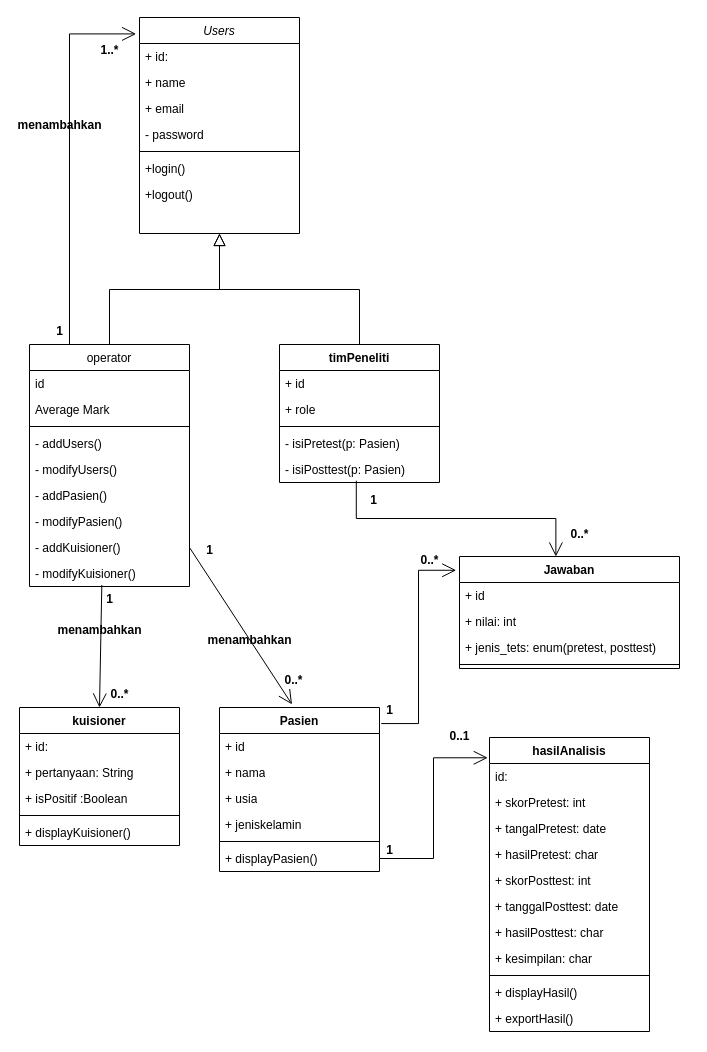
Earlier version of the draw.io diagram remind_class_Diagram.drawio (zzarr/Tugas-Akhir). Source tidied: cells renumbered, new cells numbered last; positions are measured from the earlier drawing's top-left corner, leaving out a move shared by most shapes. Both pictures are drawn from the tidied source at 100%, with x=0, y=0 at pixel (19, 17).
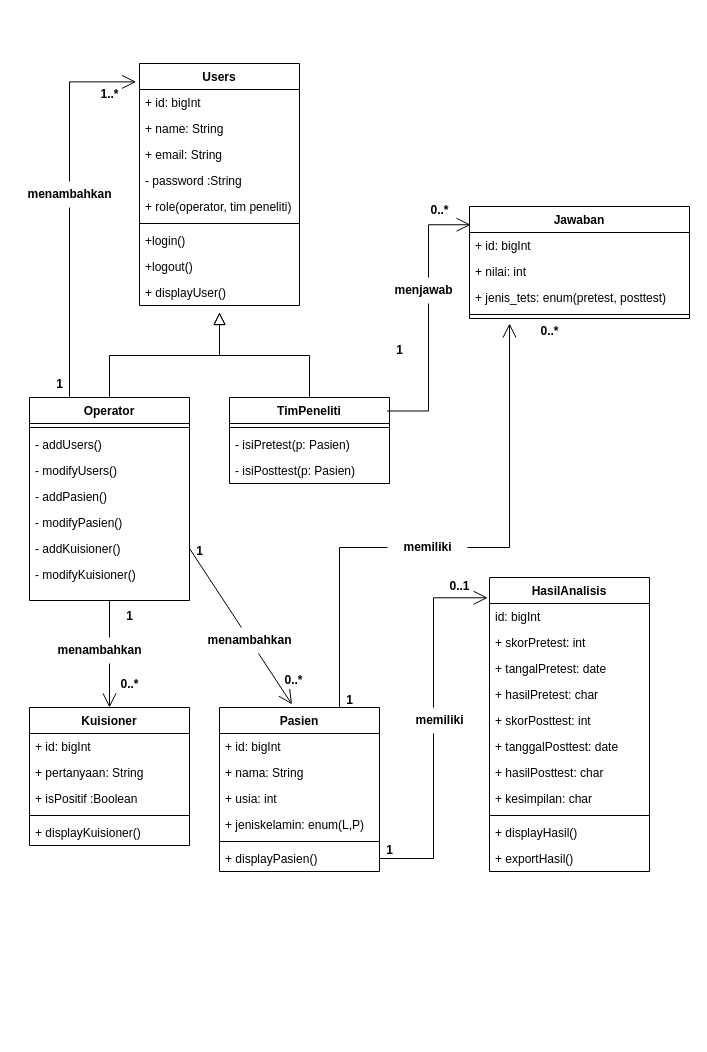
The same diagram, later.

Unchanged cells that the change refers to:
```xml
<mxCell id="41" value="Pasien" style="swimlane;fontStyle=1;align=center;verticalAlign=top;horizontal=1;startSize=26;whiteSpace=wrap;html=1;" parent="1" vertex="1">
  <mxGeometry x="200" y="690" width="160" height="164" as="geometry" />
</mxCell>
<mxCell id="70" style="line;strokeWidth=1;fillColor=none;align=left;verticalAlign=middle;spacingTop=-1;spacingLeft=3;spacingRight=3;labelPosition=right;points=[];portConstraint=eastwest;strokeColor=inherit;" parent="66" vertex="1">
  <mxGeometry y="104" width="220" height="8" as="geometry" />
</mxCell>
```

The edit, as a diff of the source:
```diff
@@
-    <mxCell id="2" value="Users" style="swimlane;fontStyle=2;align=center;verticalAlign=top;horizontal=1;startSize=26;rounded=0;shadow=0;strokeWidth=1;" parent="1" vertex="1">
-      <mxGeometry x="120" width="160" height="216" as="geometry" />
+    <mxCell id="2" value="Users" style="swimlane;fontStyle=1;align=center;verticalAlign=top;horizontal=1;startSize=26;rounded=0;shadow=0;strokeWidth=1;" parent="1" vertex="1">
+      <mxGeometry x="120" y="46" width="160" height="242" as="geometry" />
     </mxCell>
-    <mxCell id="3" value="+ id:" style="text;align=left;verticalAlign=top;spacingLeft=4;spacingRight=4;overflow=hidden;" parent="2" vertex="1">
+    <mxCell id="3" value="+ id: bigInt" style="text;align=left;verticalAlign=top;spacingLeft=4;spacingRight=4;overflow=hidden;" parent="2" vertex="1">
       <mxGeometry y="26" width="160" height="26" as="geometry" />
     </mxCell>
-    <mxCell id="4" value="+ name" style="text;align=left;verticalAlign=top;spacingLeft=4;spacingRight=4;overflow=hidden;rounded=0;shadow=0;html=0;" parent="2" vertex="1">
+    <mxCell id="4" value="+ name: String" style="text;align=left;verticalAlign=top;spacingLeft=4;spacingRight=4;overflow=hidden;rounded=0;shadow=0;html=0;" parent="2" vertex="1">
       <mxGeometry y="52" width="160" height="26" as="geometry" />
     </mxCell>
-    <mxCell id="5" value="+ email" style="text;align=left;verticalAlign=top;spacingLeft=4;spacingRight=4;overflow=hidden;rounded=0;shadow=0;html=0;" parent="2" vertex="1">
+    <mxCell id="5" value="+ email: String" style="text;align=left;verticalAlign=top;spacingLeft=4;spacingRight=4;overflow=hidden;rounded=0;shadow=0;html=0;" parent="2" vertex="1">
       <mxGeometry y="78" width="160" height="26" as="geometry" />
     </mxCell>
-    <mxCell id="6" value="- password" style="text;align=left;verticalAlign=top;spacingLeft=4;spacingRight=4;overflow=hidden;rounded=0;shadow=0;html=0;" parent="2" vertex="1">
+    <mxCell id="6" value="- password :String" style="text;align=left;verticalAlign=top;spacingLeft=4;spacingRight=4;overflow=hidden;rounded=0;shadow=0;html=0;" parent="2" vertex="1">
       <mxGeometry y="104" width="160" height="26" as="geometry" />
     </mxCell>
+    <mxCell id="80" value="+ role(operator, tim peneliti)" style="text;align=left;verticalAlign=top;spacingLeft=4;spacingRight=4;overflow=hidden;rounded=0;shadow=0;html=0;" parent="2" vertex="1">
+      <mxGeometry y="130" width="160" height="26" as="geometry" />
+    </mxCell>
     <mxCell id="7" style="line;html=1;strokeWidth=1;align=left;verticalAlign=middle;spacingTop=-1;spacingLeft=3;spacingRight=3;labelPosition=right;" parent="2" vertex="1">
-      <mxGeometry y="130" width="160" height="8" as="geometry" />
+      <mxGeometry y="156" width="160" height="8" as="geometry" />
     </mxCell>
     <mxCell id="8" value="+login()" style="text;align=left;verticalAlign=top;spacingLeft=4;spacingRight=4;overflow=hidden;" parent="2" vertex="1">
-      <mxGeometry y="138" width="160" height="26" as="geometry" />
+      <mxGeometry y="164" width="160" height="26" as="geometry" />
     </mxCell>
     <mxCell id="9" value="+logout()" style="text;align=left;verticalAlign=top;spacingLeft=4;spacingRight=4;overflow=hidden;" parent="2" vertex="1">
-      <mxGeometry y="164" width="160" height="26" as="geometry" />
+      <mxGeometry y="190" width="160" height="26" as="geometry" />
     </mxCell>
-    <mxCell id="10" style="text;align=left;verticalAlign=top;spacingLeft=4;spacingRight=4;overflow=hidden;" parent="2" vertex="1">
-      <mxGeometry y="190" width="160" height="26" as="geometry" />
+    <mxCell id="10" value="+ displayUser()" style="text;align=left;verticalAlign=top;spacingLeft=4;spacingRight=4;overflow=hidden;" parent="2" vertex="1">
+      <mxGeometry y="216" width="160" height="26" as="geometry" />
     </mxCell>
-    <mxCell id="11" value="operator" style="swimlane;fontStyle=0;align=center;verticalAlign=top;horizontal=1;startSize=26;rounded=0;shadow=0;strokeWidth=1;" parent="1" vertex="1">
-      <mxGeometry x="10" y="327" width="160" height="242" as="geometry" />
+    <mxCell id="11" value="Operator" style="swimlane;fontStyle=1;align=center;verticalAlign=top;horizontal=1;startSize=26;rounded=0;shadow=0;strokeWidth=1;" parent="1" vertex="1">
+      <mxGeometry x="10" y="380" width="160" height="203" as="geometry" />
     </mxCell>
-    <mxCell id="12" value="id" style="text;align=left;verticalAlign=top;spacingLeft=4;spacingRight=4;overflow=hidden;" parent="11" vertex="1">
-      <mxGeometry y="26" width="160" height="26" as="geometry" />
-    </mxCell>
-    <mxCell id="13" value="Average Mark" style="text;align=left;verticalAlign=top;spacingLeft=4;spacingRight=4;overflow=hidden;rounded=0;shadow=0;html=0;" parent="11" vertex="1">
-      <mxGeometry y="52" width="160" height="26" as="geometry" />
-    </mxCell>
     <mxCell id="14" style="line;html=1;strokeWidth=1;align=left;verticalAlign=middle;spacingTop=-1;spacingLeft=3;spacingRight=3;labelPosition=right;" parent="11" vertex="1">
-      <mxGeometry y="78" width="160" height="8" as="geometry" />
+      <mxGeometry y="26" width="160" height="8" as="geometry" />
     </mxCell>
     <mxCell id="15" value="- addUsers()" style="text;align=left;verticalAlign=top;spacingLeft=4;spacingRight=4;overflow=hidden;fontStyle=0;" parent="11" vertex="1">
-      <mxGeometry y="86" width="160" height="26" as="geometry" />
+      <mxGeometry y="34" width="160" height="26" as="geometry" />
     </mxCell>
     <mxCell id="16" value="- modifyUsers()" style="text;align=left;verticalAlign=top;spacingLeft=4;spacingRight=4;overflow=hidden;" parent="11" vertex="1">
-      <mxGeometry y="112" width="160" height="26" as="geometry" />
+      <mxGeometry y="60" width="160" height="26" as="geometry" />
     </mxCell>
     <mxCell id="17" value="- addPasien()" style="text;align=left;verticalAlign=top;spacingLeft=4;spacingRight=4;overflow=hidden;" parent="11" vertex="1">
-      <mxGeometry y="138" width="160" height="26" as="geometry" />
+      <mxGeometry y="86" width="160" height="26" as="geometry" />
     </mxCell>
     <mxCell id="18" value="- modifyPasien()" style="text;align=left;verticalAlign=top;spacingLeft=4;spacingRight=4;overflow=hidden;" parent="11" vertex="1">
-      <mxGeometry y="164" width="160" height="26" as="geometry" />
+      <mxGeometry y="112" width="160" height="26" as="geometry" />
     </mxCell>
     <mxCell id="19" value="- addKuisioner()" style="text;align=left;verticalAlign=top;spacingLeft=4;spacingRight=4;overflow=hidden;points=[[0,0.5],[1,0.5]];portConstraint=eastwest;" parent="11" vertex="1">
-      <mxGeometry y="190" width="160" height="26" as="geometry" />
+      <mxGeometry y="138" width="160" height="26" as="geometry" />
     </mxCell>
     <mxCell id="20" value="- modifyKuisioner()" style="text;align=left;verticalAlign=top;spacingLeft=4;spacingRight=4;overflow=hidden;points=[[0,0.5],[1,0.5]];portConstraint=eastwest;" parent="11" vertex="1">
-      <mxGeometry y="216" width="160" height="26" as="geometry" />
+      <mxGeometry y="164" width="160" height="26" as="geometry" />
     </mxCell>
-    <mxCell id="21" style="endArrow=block;endSize=10;endFill=0;shadow=0;strokeWidth=1;rounded=0;curved=0;edgeStyle=elbowEdgeStyle;elbow=vertical;" parent="1" edge="1" source="11" target="2">
-      <mxGeometry relative="1" as="geometry" />
+    <mxCell id="21" style="endArrow=block;endSize=10;endFill=0;shadow=0;strokeWidth=1;rounded=0;curved=0;edgeStyle=elbowEdgeStyle;elbow=vertical;" parent="1" edge="1" source="11">
+      <mxGeometry relative="1" as="geometry">
+        <mxPoint x="200" y="295" as="targetPoint" />
+      </mxGeometry>
     </mxCell>
-    <mxCell id="22" style="endArrow=block;endSize=10;endFill=0;shadow=0;strokeWidth=1;rounded=0;curved=0;edgeStyle=elbowEdgeStyle;elbow=vertical;exitX=0.5;exitY=0;exitDx=0;exitDy=0;" parent="1" edge="1" source="35" target="2">
-      <mxGeometry relative="1" as="geometry" />
+    <mxCell id="22" style="endArrow=block;endSize=10;endFill=0;shadow=0;strokeWidth=1;rounded=0;curved=0;edgeStyle=elbowEdgeStyle;elbow=vertical;exitX=0.5;exitY=0;exitDx=0;exitDy=0;" parent="1" edge="1" source="35">
+      <mxGeometry relative="1" as="geometry">
+        <mxPoint x="200" y="295" as="targetPoint" />
+      </mxGeometry>
     </mxCell>
-    <mxCell id="23" value="hasilAnalisis" style="swimlane;fontStyle=1;align=center;verticalAlign=top;horizontal=1;startSize=26;rounded=0;shadow=0;strokeWidth=1;" parent="1" vertex="1">
-      <mxGeometry x="470" y="720" width="160" height="294" as="geometry" />
+    <mxCell id="23" value="HasilAnalisis" style="swimlane;fontStyle=1;align=center;verticalAlign=top;horizontal=1;startSize=26;rounded=0;shadow=0;strokeWidth=1;" parent="1" vertex="1">
+      <mxGeometry x="470" y="560" width="160" height="294" as="geometry" />
     </mxCell>
-    <mxCell id="24" value="id: " style="text;align=left;verticalAlign=top;spacingLeft=4;spacingRight=4;overflow=hidden;" parent="23" vertex="1">
+    <mxCell id="24" value="id: bigInt" style="text;align=left;verticalAlign=top;spacingLeft=4;spacingRight=4;overflow=hidden;" parent="23" vertex="1">
       <mxGeometry y="26" width="160" height="26" as="geometry" />
     </mxCell>
@@
-    <mxCell id="35" value="timPeneliti" style="swimlane;fontStyle=1;align=center;verticalAlign=top;horizontal=1;startSize=26;whiteSpace=wrap;html=1;" parent="1" vertex="1">
-      <mxGeometry x="260" y="327" width="160" height="138" as="geometry" />
+    <mxCell id="35" value="TimPeneliti" style="swimlane;fontStyle=1;align=center;verticalAlign=top;horizontal=1;startSize=26;whiteSpace=wrap;html=1;" parent="1" vertex="1">
+      <mxGeometry x="210" y="380" width="160" height="86" as="geometry" />
     </mxCell>
-    <mxCell id="36" value="+ id" style="text;strokeColor=none;fillColor=none;align=left;verticalAlign=top;spacingLeft=4;spacingRight=4;overflow=hidden;whiteSpace=wrap;html=1;" parent="35" vertex="1">
-      <mxGeometry y="26" width="160" height="26" as="geometry" />
-    </mxCell>
-    <mxCell id="37" value="+ role" style="text;strokeColor=none;fillColor=none;align=left;verticalAlign=top;spacingLeft=4;spacingRight=4;overflow=hidden;whiteSpace=wrap;html=1;" parent="35" vertex="1">
-      <mxGeometry y="52" width="160" height="26" as="geometry" />
-    </mxCell>
     <mxCell id="38" style="line;strokeWidth=1;fillColor=none;align=left;verticalAlign=middle;spacingTop=-1;spacingLeft=3;spacingRight=3;labelPosition=right;strokeColor=inherit;" parent="35" vertex="1">
-      <mxGeometry y="78" width="160" height="8" as="geometry" />
+      <mxGeometry y="26" width="160" height="8" as="geometry" />
     </mxCell>
     <mxCell id="39" value="- isiPretest(p: Pasien)" style="text;strokeColor=none;fillColor=none;align=left;verticalAlign=top;spacingLeft=4;spacingRight=4;overflow=hidden;whiteSpace=wrap;html=1;" parent="35" vertex="1">
-      <mxGeometry y="86" width="160" height="26" as="geometry" />
+      <mxGeometry y="34" width="160" height="26" as="geometry" />
     </mxCell>
     <mxCell id="40" value="- isiPosttest(p: Pasien)" style="text;strokeColor=none;fillColor=none;align=left;verticalAlign=top;spacingLeft=4;spacingRight=4;overflow=hidden;points=[[0,0.5],[1,0.5]];portConstraint=eastwest;whiteSpace=wrap;html=1;" parent="35" vertex="1">
-      <mxGeometry y="112" width="160" height="26" as="geometry" />
+      <mxGeometry y="60" width="160" height="26" as="geometry" />
     </mxCell>
@@
-    <mxCell id="42" value="+ id" style="text;strokeColor=none;fillColor=none;align=left;verticalAlign=top;spacingLeft=4;spacingRight=4;overflow=hidden;whiteSpace=wrap;html=1;" parent="41" vertex="1">
+    <mxCell id="42" value="+ id: bigInt" style="text;strokeColor=none;fillColor=none;align=left;verticalAlign=top;spacingLeft=4;spacingRight=4;overflow=hidden;whiteSpace=wrap;html=1;" parent="41" vertex="1">
       <mxGeometry y="26" width="160" height="26" as="geometry" />
     </mxCell>
-    <mxCell id="43" value="+ nama" style="text;strokeColor=none;fillColor=none;align=left;verticalAlign=top;spacingLeft=4;spacingRight=4;overflow=hidden;whiteSpace=wrap;html=1;" parent="41" vertex="1">
+    <mxCell id="43" value="+ nama: String" style="text;strokeColor=none;fillColor=none;align=left;verticalAlign=top;spacingLeft=4;spacingRight=4;overflow=hidden;whiteSpace=wrap;html=1;" parent="41" vertex="1">
       <mxGeometry y="52" width="160" height="26" as="geometry" />
     </mxCell>
-    <mxCell id="44" value="+ usia" style="text;strokeColor=none;fillColor=none;align=left;verticalAlign=top;spacingLeft=4;spacingRight=4;overflow=hidden;whiteSpace=wrap;html=1;" parent="41" vertex="1">
+    <mxCell id="44" value="+ usia: int" style="text;strokeColor=none;fillColor=none;align=left;verticalAlign=top;spacingLeft=4;spacingRight=4;overflow=hidden;whiteSpace=wrap;html=1;" parent="41" vertex="1">
       <mxGeometry y="78" width="160" height="26" as="geometry" />
     </mxCell>
-    <mxCell id="45" value="+ jeniskelamin" style="text;strokeColor=none;fillColor=none;align=left;verticalAlign=top;spacingLeft=4;spacingRight=4;overflow=hidden;whiteSpace=wrap;html=1;" parent="41" vertex="1">
+    <mxCell id="45" value="+ jeniskelamin: enum(L,P)" style="text;strokeColor=none;fillColor=none;align=left;verticalAlign=top;spacingLeft=4;spacingRight=4;overflow=hidden;whiteSpace=wrap;html=1;" parent="41" vertex="1">
       <mxGeometry y="104" width="160" height="26" as="geometry" />
     </mxCell>
@@
-    <mxCell id="48" value="kuisioner" style="swimlane;fontStyle=1;align=center;verticalAlign=top;horizontal=1;startSize=26;whiteSpace=wrap;html=1;" parent="1" vertex="1">
-      <mxGeometry y="690" width="160" height="138" as="geometry" />
+    <mxCell id="48" value="Kuisioner" style="swimlane;fontStyle=1;align=center;verticalAlign=top;horizontal=1;startSize=26;whiteSpace=wrap;html=1;" parent="1" vertex="1">
+      <mxGeometry x="10" y="690" width="160" height="138" as="geometry" />
     </mxCell>
-    <mxCell id="49" value="+ id:" style="text;strokeColor=none;fillColor=none;align=left;verticalAlign=top;spacingLeft=4;spacingRight=4;overflow=hidden;whiteSpace=wrap;html=1;" parent="48" vertex="1">
+    <mxCell id="49" value="+ id: bigInt" style="text;strokeColor=none;fillColor=none;align=left;verticalAlign=top;spacingLeft=4;spacingRight=4;overflow=hidden;whiteSpace=wrap;html=1;" parent="48" vertex="1">
       <mxGeometry y="26" width="160" height="26" as="geometry" />
     </mxCell>
@@
     <mxCell id="55" value="1" style="text;align=center;fontStyle=1;verticalAlign=middle;spacingLeft=3;spacingRight=3;strokeColor=none;html=1;" parent="1" vertex="1">
-      <mxGeometry y="301" width="80" height="26" as="geometry" />
+      <mxGeometry y="354" width="80" height="26" as="geometry" />
     </mxCell>
     <mxCell id="56" value="1..*" style="text;align=center;fontStyle=1;verticalAlign=middle;spacingLeft=3;spacingRight=3;strokeColor=none;html=1;" parent="1" vertex="1">
-      <mxGeometry x="50" y="20" width="80" height="26" as="geometry" />
+      <mxGeometry x="50" y="64" width="80" height="26" as="geometry" />
     </mxCell>
-    <mxCell id="57" value="menambahkan" style="text;align=center;fontStyle=1;verticalAlign=middle;spacingLeft=3;spacingRight=3;strokeColor=none;html=1;" parent="1" vertex="1">
-      <mxGeometry y="95" width="80" height="26" as="geometry" />
-    </mxCell>
-    <mxCell id="58" style="endArrow=open;endFill=1;endSize=12;html=1;rounded=0;entryX=0.25;entryY=1;entryDx=0;entryDy=0;entryPerimeter=0;exitX=0.452;exitY=0.943;exitDx=0;exitDy=0;exitPerimeter=0;" parent="1" edge="1" source="20" target="59">
+    <mxCell id="58" style="endArrow=open;endFill=1;endSize=12;html=1;rounded=0;entryX=0.5;entryY=0;entryDx=0;entryDy=0;exitX=0.5;exitY=1;exitDx=0;exitDy=0;" parent="1" edge="1" source="11" target="48">
       <mxGeometry relative="1" as="geometry" />
     </mxCell>
     <mxCell id="59" value="0..*" style="text;align=center;fontStyle=1;verticalAlign=middle;spacingLeft=3;spacingRight=3;strokeColor=none;points=[[0,0.5],[1,0.5]];portConstraint=eastwest;html=1;" parent="1" vertex="1">
-      <mxGeometry x="60" y="664" width="80" height="26" as="geometry" />
+      <mxGeometry x="70" y="654" width="80" height="26" as="geometry" />
     </mxCell>
     <mxCell id="60" value="1" style="text;align=center;fontStyle=1;verticalAlign=middle;spacingLeft=3;spacingRight=3;strokeColor=none;html=1;" parent="1" vertex="1">
-      <mxGeometry x="50" y="569" width="80" height="26" as="geometry" />
+      <mxGeometry x="70" y="586" width="80" height="26" as="geometry" />
     </mxCell>
-    <mxCell id="61" value="menambahkan" style="text;align=center;fontStyle=1;verticalAlign=middle;spacingLeft=3;spacingRight=3;strokeColor=none;html=1;" parent="1" vertex="1">
-      <mxGeometry x="40" y="600" width="80" height="26" as="geometry" />
+    <mxCell id="61" value="menambahkan" style="text;align=center;fontStyle=1;verticalAlign=middle;spacingLeft=3;spacingRight=3;strokeColor=none;html=1;fillColor=default;" parent="1" vertex="1">
+      <mxGeometry x="40" y="620" width="80" height="26" as="geometry" />
     </mxCell>
@@
     <mxCell id="63" value="1" style="text;align=center;fontStyle=1;verticalAlign=middle;spacingLeft=3;spacingRight=3;strokeColor=none;html=1;" parent="1" vertex="1">
-      <mxGeometry x="150" y="520" width="80" height="26" as="geometry" />
+      <mxGeometry x="140" y="521" width="80" height="26" as="geometry" />
     </mxCell>
@@
-    <mxCell id="65" value="menambahkan" style="text;align=center;fontStyle=1;verticalAlign=middle;spacingLeft=3;spacingRight=3;strokeColor=none;html=1;" parent="1" vertex="1">
+    <mxCell id="65" value="menambahkan" style="text;align=center;fontStyle=1;verticalAlign=middle;spacingLeft=3;spacingRight=3;strokeColor=none;html=1;fillColor=default;" parent="1" vertex="1">
       <mxGeometry x="190" y="610" width="80" height="26" as="geometry" />
     </mxCell>
     <mxCell id="66" value="Jawaban" style="swimlane;fontStyle=1;align=center;verticalAlign=top;horizontal=1;startSize=26;whiteSpace=wrap;html=1;" parent="1" vertex="1">
-      <mxGeometry x="440" y="539" width="220" height="112" as="geometry" />
+      <mxGeometry x="450" y="189" width="220" height="112" as="geometry" />
     </mxCell>
-    <mxCell id="67" value="+ id" style="text;strokeColor=none;fillColor=none;align=left;verticalAlign=top;spacingLeft=4;spacingRight=4;overflow=hidden;whiteSpace=wrap;html=1;" parent="66" vertex="1">
+    <mxCell id="67" value="+ id: bigInt" style="text;strokeColor=none;fillColor=none;align=left;verticalAlign=top;spacingLeft=4;spacingRight=4;overflow=hidden;whiteSpace=wrap;html=1;" parent="66" vertex="1">
       <mxGeometry y="26" width="220" height="26" as="geometry" />
     </mxCell>
@@
-    <mxCell id="71" style="endArrow=open;endFill=1;endSize=12;html=1;rounded=0;entryX=0.438;entryY=0;entryDx=0;entryDy=0;entryPerimeter=0;exitX=0.48;exitY=0.933;exitDx=0;exitDy=0;exitPerimeter=0;edgeStyle=elbowEdgeStyle;elbow=vertical;" parent="1" edge="1" source="40" target="66">
-      <mxGeometry relative="1" as="geometry" />
-    </mxCell>
-    <mxCell id="72" style="endArrow=open;endFill=1;endSize=12;html=1;rounded=0;entryX=-0.015;entryY=0.123;entryDx=0;entryDy=0;exitX=1.011;exitY=0.098;exitDx=0;exitDy=0;exitPerimeter=0;edgeStyle=elbowEdgeStyle;entryPerimeter=0;" parent="1" edge="1" source="41" target="66">
-      <mxGeometry relative="1" as="geometry" />
-    </mxCell>
@@
     <mxCell id="74" value="1" style="text;align=center;fontStyle=1;verticalAlign=middle;spacingLeft=3;spacingRight=3;strokeColor=none;html=1;" parent="1" vertex="1">
-      <mxGeometry x="330" y="680" width="80" height="26" as="geometry" />
+      <mxGeometry x="290" y="670" width="80" height="26" as="geometry" />
     </mxCell>
     <mxCell id="75" value="0..*" style="text;align=center;fontStyle=1;verticalAlign=middle;spacingLeft=3;spacingRight=3;strokeColor=none;html=1;" parent="1" vertex="1">
-      <mxGeometry x="370" y="530" width="80" height="26" as="geometry" />
+      <mxGeometry x="490" y="301" width="80" height="26" as="geometry" />
     </mxCell>
@@
     <mxCell id="77" value="0..1" style="text;align=center;fontStyle=1;verticalAlign=middle;spacingLeft=3;spacingRight=3;strokeColor=none;html=1;" parent="1" vertex="1">
-      <mxGeometry x="400" y="706" width="80" height="26" as="geometry" />
+      <mxGeometry x="400" y="556" width="80" height="26" as="geometry" />
     </mxCell>
     <mxCell id="78" value="1" style="text;align=center;fontStyle=1;verticalAlign=middle;spacingLeft=3;spacingRight=3;strokeColor=none;html=1;" parent="1" vertex="1">
-      <mxGeometry x="314" y="470" width="80" height="26" as="geometry" />
+      <mxGeometry x="340" y="320" width="80" height="26" as="geometry" />
     </mxCell>
     <mxCell id="79" value="0..*" style="text;align=center;fontStyle=1;verticalAlign=middle;spacingLeft=3;spacingRight=3;strokeColor=none;html=1;" parent="1" vertex="1">
-      <mxGeometry x="520" y="504" width="80" height="26" as="geometry" />
+      <mxGeometry x="380" y="180" width="80" height="26" as="geometry" />
     </mxCell>
+    <mxCell id="57" value="menambahkan" style="text;align=center;fontStyle=1;verticalAlign=middle;spacingLeft=3;spacingRight=3;html=1;shadow=0;fillColor=default;gradientColor=none;" parent="1" vertex="1">
+      <mxGeometry x="10" y="164" width="80" height="26" as="geometry" />
+    </mxCell>
+    <mxCell id="81" value="memiliki" style="text;align=center;fontStyle=1;verticalAlign=middle;spacingLeft=3;spacingRight=3;strokeColor=none;html=1;fillColor=default;" parent="1" vertex="1">
+      <mxGeometry x="380" y="690" width="80" height="26" as="geometry" />
+    </mxCell>
+    <mxCell id="82" style="endArrow=open;endFill=1;endSize=12;html=1;rounded=0;entryX=0.005;entryY=0.163;entryDx=0;entryDy=0;entryPerimeter=0;exitX=0.985;exitY=0.157;exitDx=0;exitDy=0;exitPerimeter=0;edgeStyle=elbowEdgeStyle;" parent="1" edge="1" source="35" target="66">
+      <mxGeometry relative="1" as="geometry" />
+    </mxCell>
+    <mxCell id="83" style="endArrow=open;endFill=1;endSize=12;html=1;rounded=0;entryX=0.182;entryY=1.625;entryDx=0;entryDy=0;exitX=0.75;exitY=0;exitDx=0;exitDy=0;edgeStyle=elbowEdgeStyle;elbow=vertical;entryPerimeter=0;" parent="1" edge="1" source="41" target="70">
+      <mxGeometry relative="1" as="geometry">
+        <Array as="points">
+          <mxPoint x="450" y="530" />
+        </Array>
+      </mxGeometry>
+    </mxCell>
+    <mxCell id="84" value="memiliki" style="text;align=center;fontStyle=1;verticalAlign=middle;spacingLeft=3;spacingRight=3;strokeColor=none;html=1;fillColor=default;fillStyle=solid;" parent="1" vertex="1">
+      <mxGeometry x="368" y="517" width="80" height="26" as="geometry" />
+    </mxCell>
+    <mxCell id="85" value="menjawab" style="text;align=center;fontStyle=1;verticalAlign=middle;spacingLeft=3;spacingRight=3;strokeColor=none;html=1;fillColor=default;" parent="1" vertex="1">
+      <mxGeometry x="364" y="260" width="80" height="26" as="geometry" />
+    </mxCell>
```
